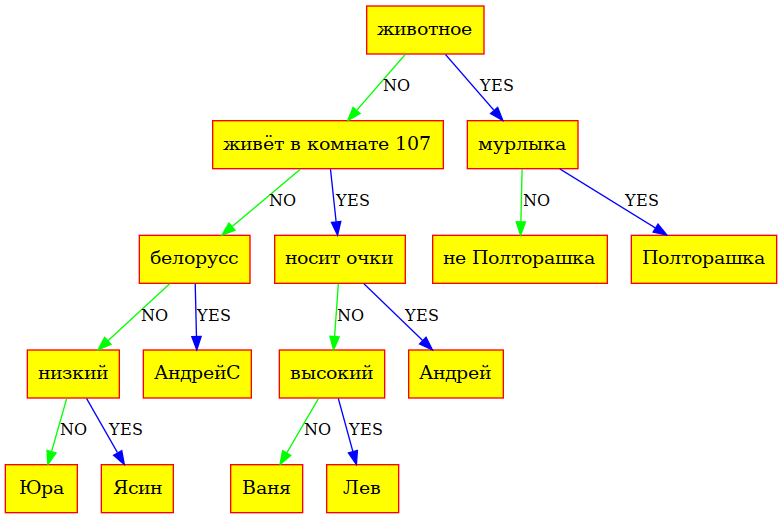
vihlancevk/Akinator keeps this Graphviz diagram as Akinator/graphviz.png. Above is the earlier version. Its source is kept beside it as Akinator/graphviz.gv.
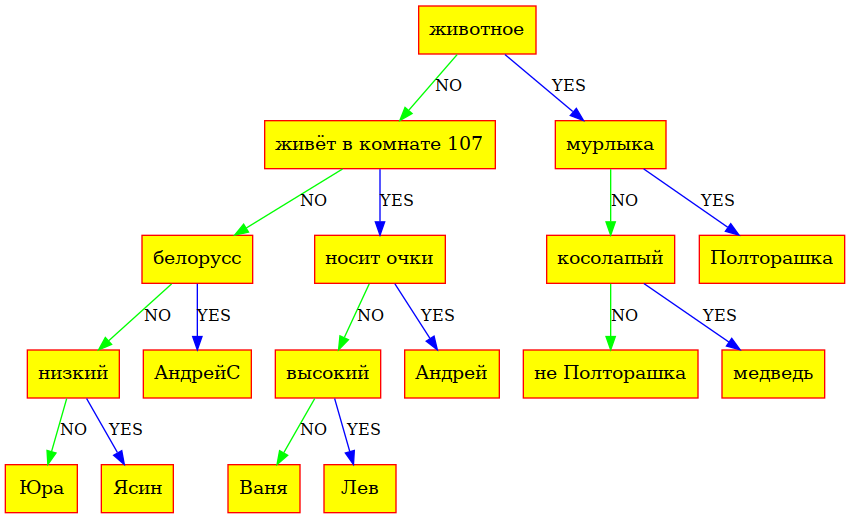
The same diagram one commit later.

Change to the diagram source:
```diff
@@ -17,8 +17,10 @@
 	12[shape=record, style="filled", fillcolor="yellow", label="Лев"];
 	13[shape=record, style="filled", fillcolor="yellow", label="Андрей"];
 	14[shape=record, style="filled", fillcolor="yellow", label="мурлыка"];
-	15[shape=record, style="filled", fillcolor="yellow", label="не  Полторашка"];
-	16[shape=record, style="filled", fillcolor="yellow", label="Полторашка"];
+	15[shape=record, style="filled", fillcolor="yellow", label="косолапый"];
+	16[shape=record, style="filled", fillcolor="yellow", label="не  Полторашка"];
+	17[shape=record, style="filled", fillcolor="yellow", label="медведь"];
+	18[shape=record, style="filled", fillcolor="yellow", label="Полторашка"];
 
 	2 -> 3[color="green", label="NO", fontsize=12]
 	2 -> 14[color="blue", label="YES", fontsize=12]
@@ -33,6 +35,8 @@
 	10 -> 11[color="green", label="NO", fontsize=12]
 	10 -> 12[color="blue", label="YES", fontsize=12]
 	14 -> 15[color="green", label="NO", fontsize=12]
-	14 -> 16[color="blue", label="YES", fontsize=12]
+	14 -> 18[color="blue", label="YES", fontsize=12]
+	15 -> 16[color="green", label="NO", fontsize=12]
+	15 -> 17[color="blue", label="YES", fontsize=12]
 
 }
```
